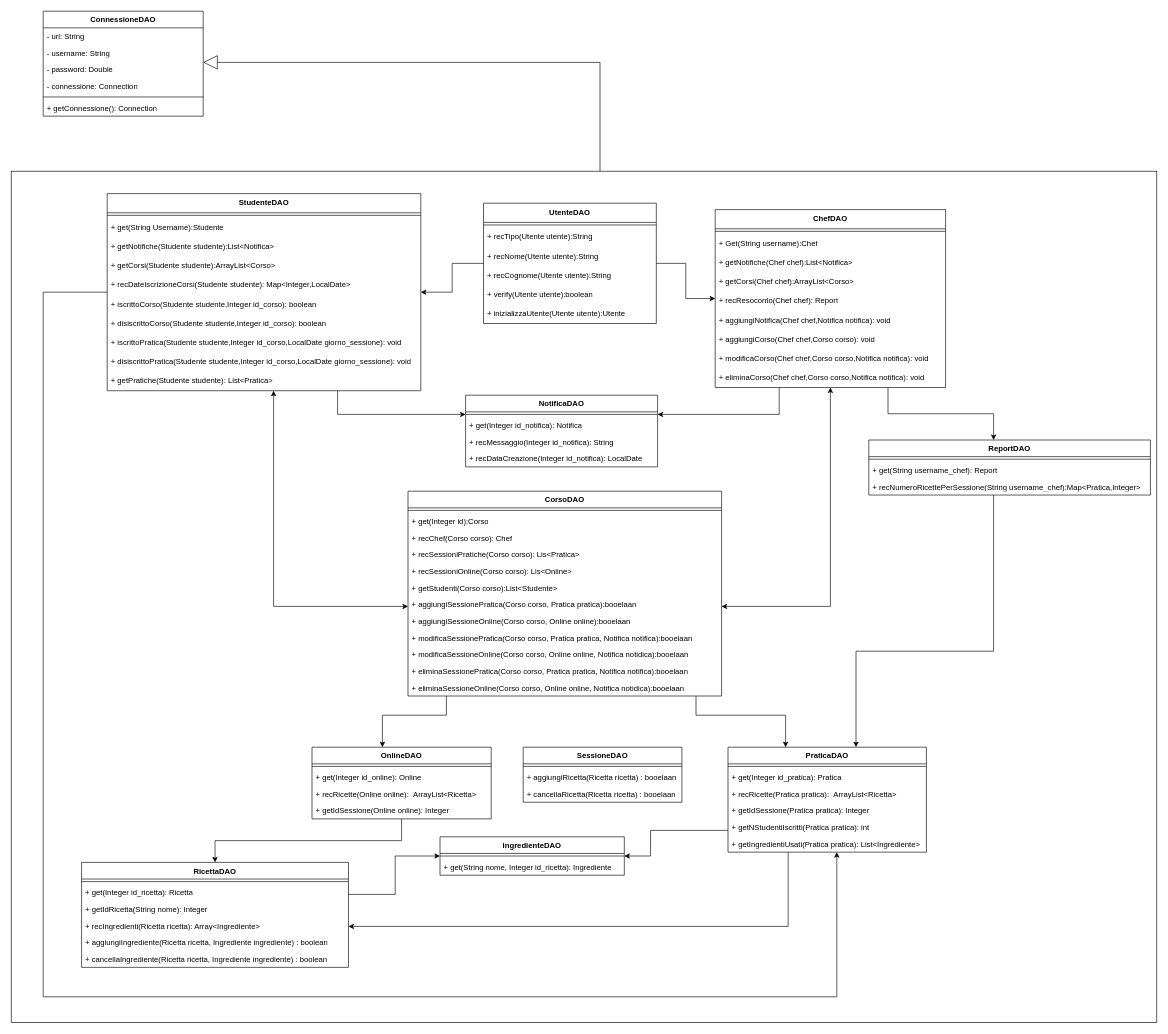
MetisWastaken/UninaFoodLab keeps this draw.io diagram as page "dao" (2 of 3) of obj/uml/UML1.drawio. Above is the earlier version. Source tidied: cells renumbered, new cells numbered last; positions are measured from the earlier drawing's top-left corner, leaving out a move shared by most shapes. Both pictures are drawn from the tidied source at 64%, with x=0, y=0 at pixel (11, 11).
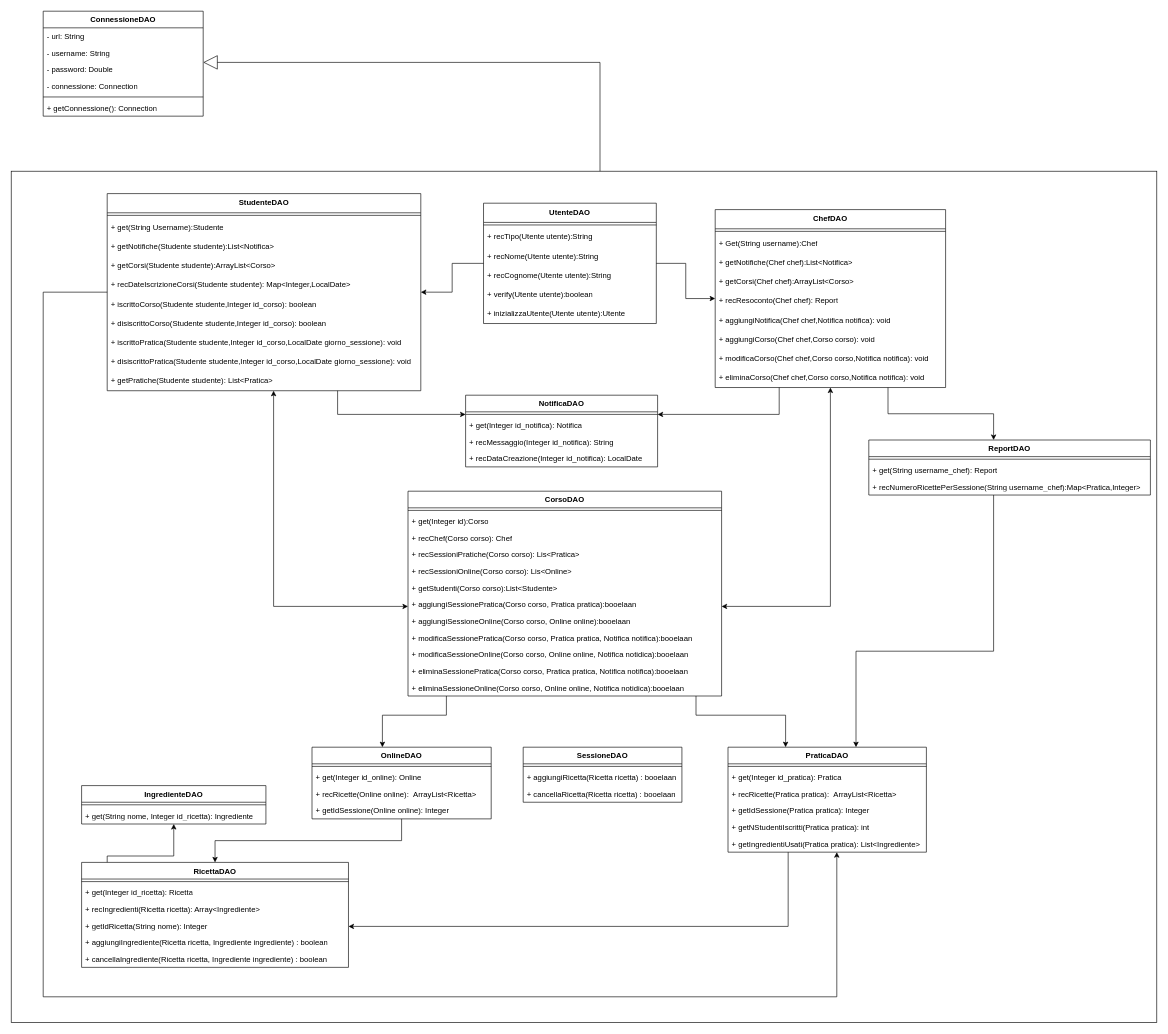
Above is the later version.

Unchanged cells that the change refers to:
```xml
<mxCell id="12" value="RicettaDAO" style="swimlane;align=center;verticalAlign=top;horizontal=1;startSize=26;whiteSpace=wrap;html=1;" parent="1" vertex="1">
  <mxGeometry x="110" y="1330" width="417" height="164" as="geometry" />
</mxCell>
<mxCell id="34" value="PraticaDAO" style="swimlane;align=center;verticalAlign=top;horizontal=1;startSize=26;whiteSpace=wrap;html=1;" parent="1" vertex="1">
  <mxGeometry x="1120" y="1150" width="310" height="164" as="geometry" />
</mxCell>
```

The edit, as a diff of the source:
```diff
@@
     <mxCell id="11" style="edgeStyle=orthogonalEdgeStyle;rounded=0;jettySize=auto;html=1;" parent="1" edge="1" source="12" target="29">
       <mxGeometry relative="1" as="geometry">
         <Array as="points">
-          <mxPoint x="600" y="1380" />
-          <mxPoint x="600" y="1320" />
+          <mxPoint x="150" y="1320" />
         </Array>
       </mxGeometry>
     </mxCell>
@@
+    <mxCell id="16" value="+ recIngredienti(Ricetta ricetta): Array&amp;lt;Ingrediente&amp;gt;" style="text;strokeColor=none;fillColor=none;align=left;verticalAlign=top;spacingLeft=4;spacingRight=4;overflow=hidden;whiteSpace=wrap;html=1;" parent="12" vertex="1">
+      <mxGeometry y="60" width="417" height="26" as="geometry" />
+    </mxCell>
     <mxCell id="15" value="+ getIdRicetta(String nome): Integer&amp;nbsp;" style="text;strokeColor=none;fillColor=none;align=left;verticalAlign=top;spacingLeft=4;spacingRight=4;overflow=hidden;whiteSpace=wrap;html=1;" parent="12" vertex="1">
-      <mxGeometry y="60" width="417" height="26" as="geometry" />
+      <mxGeometry y="86" width="417" height="26" as="geometry" />
     </mxCell>
-    <mxCell id="16" value="+ recIngredienti(Ricetta ricetta): Array&amp;lt;Ingrediente&amp;gt;" style="text;strokeColor=none;fillColor=none;align=left;verticalAlign=top;spacingLeft=4;spacingRight=4;overflow=hidden;whiteSpace=wrap;html=1;" parent="12" vertex="1">
-      <mxGeometry y="86" width="417" height="26" as="geometry" />
-    </mxCell>
@@
     <mxCell id="29" value="IngredienteDAO" style="swimlane;align=center;verticalAlign=top;horizontal=1;startSize=26;whiteSpace=wrap;html=1;" parent="1" vertex="1">
-      <mxGeometry x="670" y="1290" width="288" height="60" as="geometry" />
+      <mxGeometry x="110" y="1210" width="288" height="60" as="geometry" />
     </mxCell>
@@
-    <mxCell id="33" style="edgeStyle=orthogonalEdgeStyle;rounded=0;jettySize=auto;html=1;" parent="1" edge="1" source="34" target="29">
-      <mxGeometry relative="1" as="geometry">
-        <Array as="points">
-          <mxPoint x="999" y="1280" />
-          <mxPoint x="999" y="1320" />
-        </Array>
-      </mxGeometry>
-    </mxCell>
```
